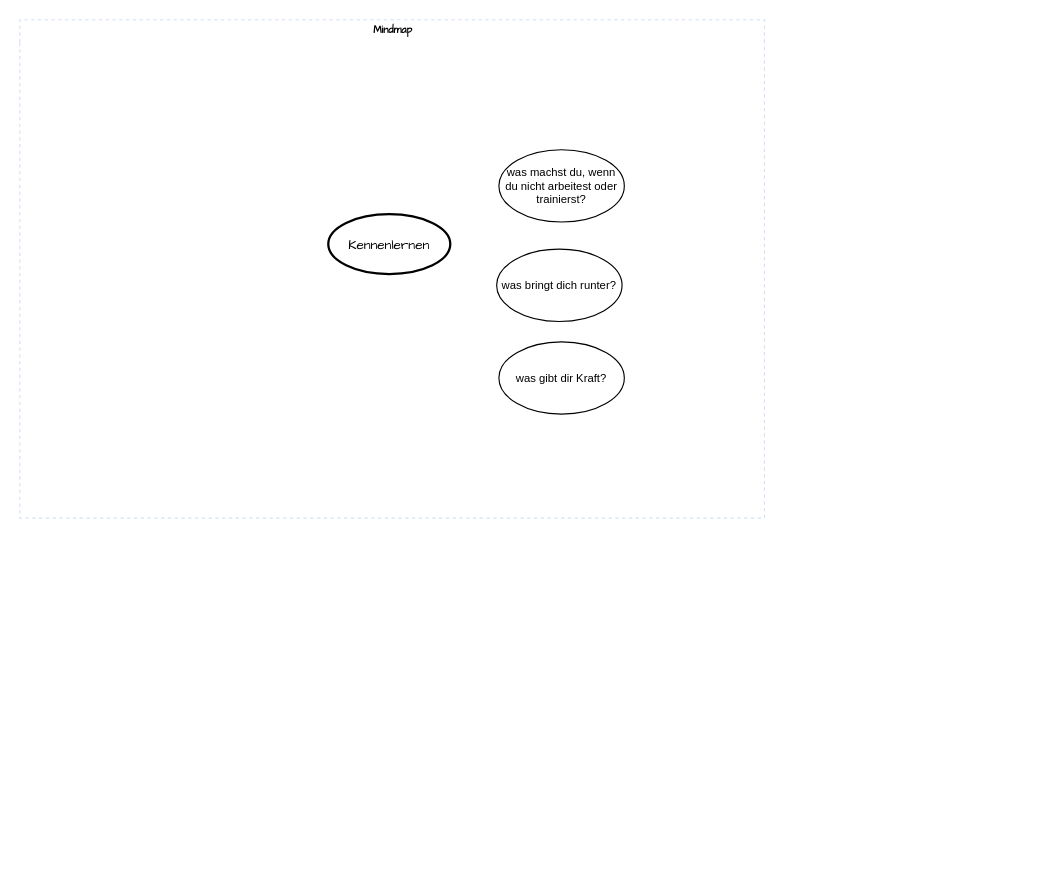
Before: Unbenanntes Diagramm.drawio in Kristian020519/private1, a draw.io diagram. Source tidied: cells renumbered, new cells numbered last; positions are measured from the earlier drawing's top-left corner, leaving out a move shared by most shapes. Both pictures are drawn from the tidied source at 113%, with x=0, y=0 at pixel (19, 19).
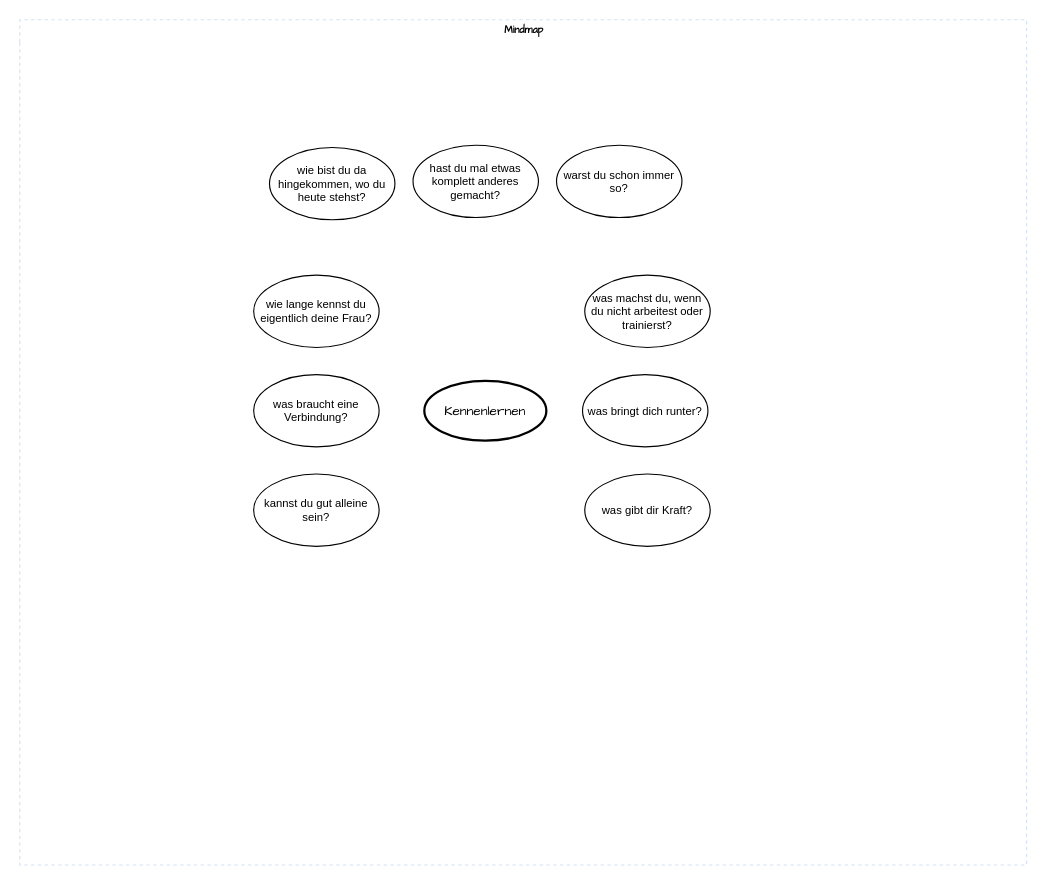
Above is the later version.

What changed in the source:
```diff
@@
 <mxGraphModel>
   <root>
     <mxCell id="0" />
     <mxCell id="1" parent="0" />
     <mxCell id="2" value="Mindmap" style="swimlane;html=1;startSize=20;horizontal=1;containerType=tree;labelBackgroundColor=none;strokeColor=#D4E1F5;strokeWidth=1;fillColor=none;fontFamily=Comic Sans MS;fontSize=9;swimlaneLine=0;dashed=1;" parent="1" vertex="1">
-      <mxGeometry width="659" height="441" as="geometry" />
+      <mxGeometry width="891" height="748" as="geometry" />
     </mxCell>
     <mxCell id="3" value="&lt;font face=&quot;Comic Sans MS&quot;&gt;Kennenlernen&lt;/font&gt;" style="ellipse;whiteSpace=wrap;html=1;align=center;strokeWidth=2;" parent="2" vertex="1">
-      <mxGeometry x="273" y="172" width="108" height="53" as="geometry" />
+      <mxGeometry x="358" y="319.5" width="108" height="53" as="geometry" />
     </mxCell>
     <mxCell id="4" value="was machst du, wenn du nicht arbeitest oder trainierst?" style="ellipse;whiteSpace=wrap;html=1;align=center;newEdgeStyle={&quot;edgeStyle&quot;:&quot;entityRelationEdgeStyle&quot;,&quot;startArrow&quot;:&quot;none&quot;,&quot;endArrow&quot;:&quot;none&quot;,&quot;segment&quot;:10,&quot;curved&quot;:1,&quot;sourcePerimeterSpacing&quot;:0,&quot;targetPerimeterSpacing&quot;:0};fontSize=10;" parent="2" vertex="1">
-      <mxGeometry x="424" y="115" width="111" height="64" as="geometry" />
+      <mxGeometry x="500" y="226" width="111" height="64" as="geometry" />
     </mxCell>
     <mxCell id="5" value="was bringt dich runter?" style="ellipse;whiteSpace=wrap;html=1;align=center;newEdgeStyle={&quot;edgeStyle&quot;:&quot;entityRelationEdgeStyle&quot;,&quot;startArrow&quot;:&quot;none&quot;,&quot;endArrow&quot;:&quot;none&quot;,&quot;segment&quot;:10,&quot;curved&quot;:1,&quot;sourcePerimeterSpacing&quot;:0,&quot;targetPerimeterSpacing&quot;:0};fontSize=10;" parent="2" vertex="1">
-      <mxGeometry x="422" y="203" width="111" height="64" as="geometry" />
+      <mxGeometry x="498" y="314" width="111" height="64" as="geometry" />
     </mxCell>
     <mxCell id="6" value="was gibt dir Kraft?" style="ellipse;whiteSpace=wrap;html=1;align=center;newEdgeStyle={&quot;edgeStyle&quot;:&quot;entityRelationEdgeStyle&quot;,&quot;startArrow&quot;:&quot;none&quot;,&quot;endArrow&quot;:&quot;none&quot;,&quot;segment&quot;:10,&quot;curved&quot;:1,&quot;sourcePerimeterSpacing&quot;:0,&quot;targetPerimeterSpacing&quot;:0};fontSize=10;" parent="2" vertex="1">
-      <mxGeometry x="424" y="285" width="111" height="64" as="geometry" />
+      <mxGeometry x="500" y="402" width="111" height="64" as="geometry" />
     </mxCell>
+    <mxCell id="7" value="warst du schon immer so?" style="ellipse;whiteSpace=wrap;html=1;align=center;newEdgeStyle={&quot;edgeStyle&quot;:&quot;entityRelationEdgeStyle&quot;,&quot;startArrow&quot;:&quot;none&quot;,&quot;endArrow&quot;:&quot;none&quot;,&quot;segment&quot;:10,&quot;curved&quot;:1,&quot;sourcePerimeterSpacing&quot;:0,&quot;targetPerimeterSpacing&quot;:0};fontSize=10;" parent="2" vertex="1">
+      <mxGeometry x="475" y="111" width="111" height="64" as="geometry" />
+    </mxCell>
+    <mxCell id="8" value="hast du mal etwas komplett anderes gemacht?" style="ellipse;whiteSpace=wrap;html=1;align=center;newEdgeStyle={&quot;edgeStyle&quot;:&quot;entityRelationEdgeStyle&quot;,&quot;startArrow&quot;:&quot;none&quot;,&quot;endArrow&quot;:&quot;none&quot;,&quot;segment&quot;:10,&quot;curved&quot;:1,&quot;sourcePerimeterSpacing&quot;:0,&quot;targetPerimeterSpacing&quot;:0};fontSize=10;" parent="2" vertex="1">
+      <mxGeometry x="348" y="111" width="111" height="64" as="geometry" />
+    </mxCell>
+    <mxCell id="9" value="wie bist du da hingekommen, wo du heute stehst?" style="ellipse;whiteSpace=wrap;html=1;align=center;newEdgeStyle={&quot;edgeStyle&quot;:&quot;entityRelationEdgeStyle&quot;,&quot;startArrow&quot;:&quot;none&quot;,&quot;endArrow&quot;:&quot;none&quot;,&quot;segment&quot;:10,&quot;curved&quot;:1,&quot;sourcePerimeterSpacing&quot;:0,&quot;targetPerimeterSpacing&quot;:0};fontSize=10;" parent="2" vertex="1">
+      <mxGeometry x="221" y="113" width="111" height="64" as="geometry" />
+    </mxCell>
+    <mxCell id="10" value="wie lange kennst du eigentlich deine Frau?" style="ellipse;whiteSpace=wrap;html=1;align=center;newEdgeStyle={&quot;edgeStyle&quot;:&quot;entityRelationEdgeStyle&quot;,&quot;startArrow&quot;:&quot;none&quot;,&quot;endArrow&quot;:&quot;none&quot;,&quot;segment&quot;:10,&quot;curved&quot;:1,&quot;sourcePerimeterSpacing&quot;:0,&quot;targetPerimeterSpacing&quot;:0};fontSize=10;" parent="2" vertex="1">
+      <mxGeometry x="207" y="226" width="111" height="64" as="geometry" />
+    </mxCell>
+    <mxCell id="11" value="was braucht eine Verbindung?" style="ellipse;whiteSpace=wrap;html=1;align=center;newEdgeStyle={&quot;edgeStyle&quot;:&quot;entityRelationEdgeStyle&quot;,&quot;startArrow&quot;:&quot;none&quot;,&quot;endArrow&quot;:&quot;none&quot;,&quot;segment&quot;:10,&quot;curved&quot;:1,&quot;sourcePerimeterSpacing&quot;:0,&quot;targetPerimeterSpacing&quot;:0};fontSize=10;" parent="2" vertex="1">
+      <mxGeometry x="207" y="314" width="111" height="64" as="geometry" />
+    </mxCell>
+    <mxCell id="12" value="kannst du gut alleine sein?" style="ellipse;whiteSpace=wrap;html=1;align=center;newEdgeStyle={&quot;edgeStyle&quot;:&quot;entityRelationEdgeStyle&quot;,&quot;startArrow&quot;:&quot;none&quot;,&quot;endArrow&quot;:&quot;none&quot;,&quot;segment&quot;:10,&quot;curved&quot;:1,&quot;sourcePerimeterSpacing&quot;:0,&quot;targetPerimeterSpacing&quot;:0};fontSize=10;" parent="2" vertex="1">
+      <mxGeometry x="207" y="402" width="111" height="64" as="geometry" />
+    </mxCell>
   </root>
 </mxGraphModel>
```
